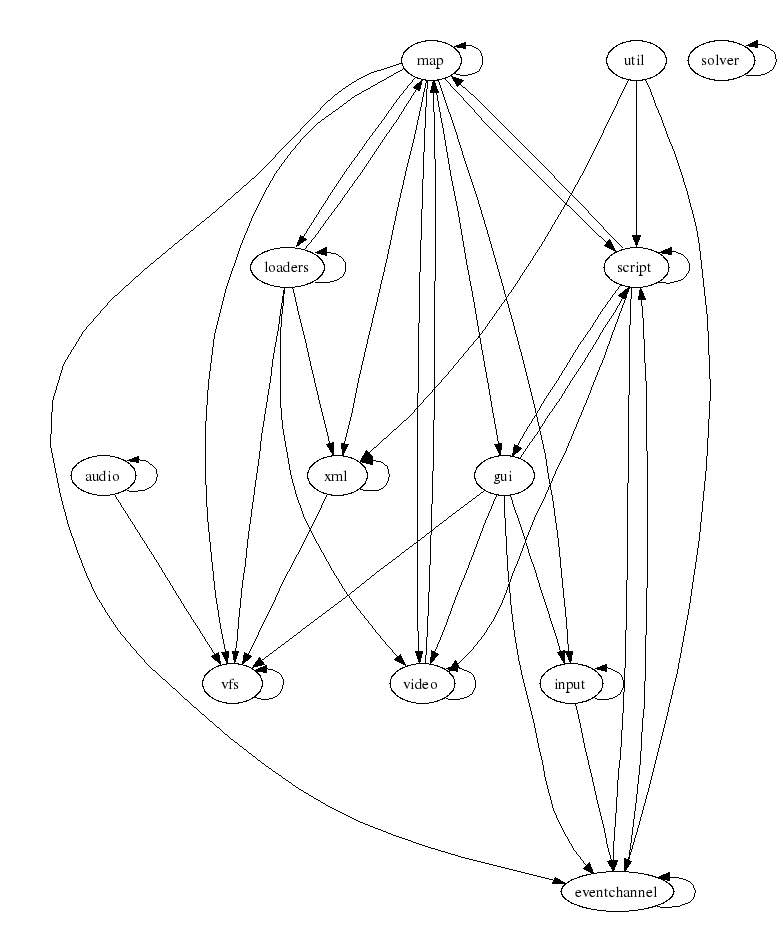
Earlier version of the Graphviz export doc/dependencies/moduledeps.png (fifengine/fifengine). Its source is kept beside it as doc/dependencies/moduledeps.dot.
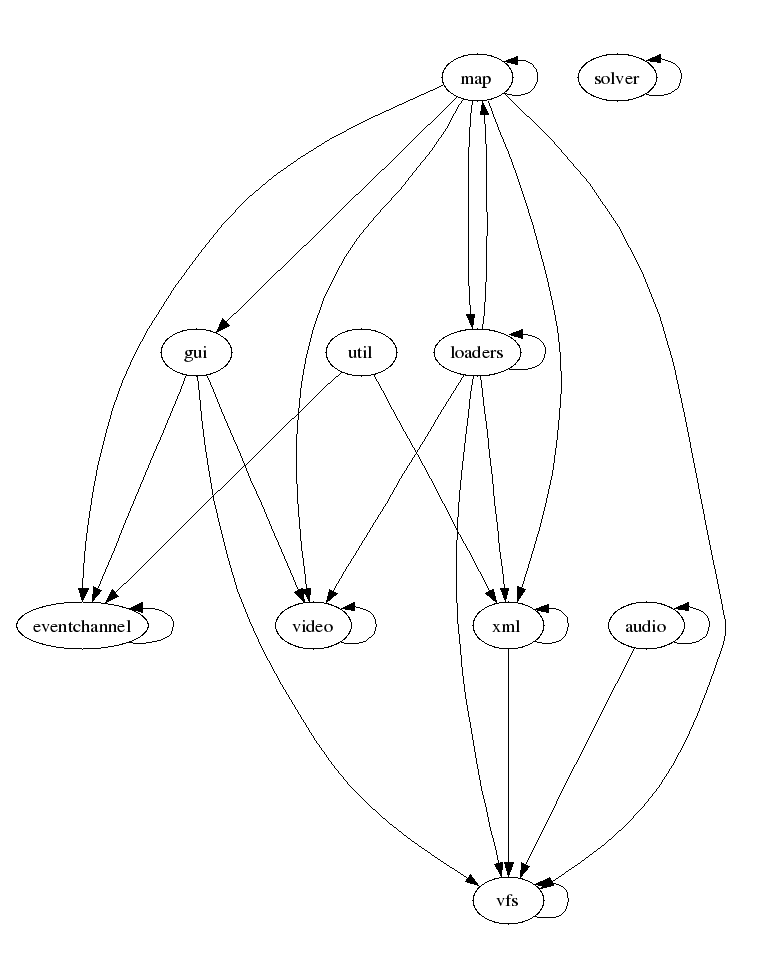
Above is the later version.

The edit, as a diff of the source:
```diff
@@ -9,26 +9,16 @@
     "xml" -> "vfs"
     "map" -> "xml"
     "map" -> "map"
-    "map" -> "script"
     "map" -> "gui"
     "map" -> "eventchannel"
     "map" -> "loaders"
     "map" -> "video"
-    "map" -> "input"
     "map" -> "vfs"
-    "script" -> "map"
-    "script" -> "gui"
-    "script" -> "video"
-    "script" -> "eventchannel"
-    "script" -> "script"
+    "solver" -> "solver"
     "gui" -> "video"
-    "gui" -> "script"
     "gui" -> "vfs"
     "gui" -> "eventchannel"
-    "gui" -> "input"
-    "solver" -> "solver"
     "eventchannel" -> "eventchannel"
-    "eventchannel" -> "script"
     "loaders" -> "xml"
     "loaders" -> "vfs"
     "loaders" -> "loaders"
@@ -36,11 +26,7 @@
     "loaders" -> "map"
     "util" -> "xml"
     "util" -> "eventchannel"
-    "util" -> "script"
-    "video" -> "map"
     "video" -> "video"
-    "input" -> "input"
-    "input" -> "eventchannel"
     "audio" -> "audio"
     "audio" -> "vfs"
     "vfs" -> "vfs"
```
